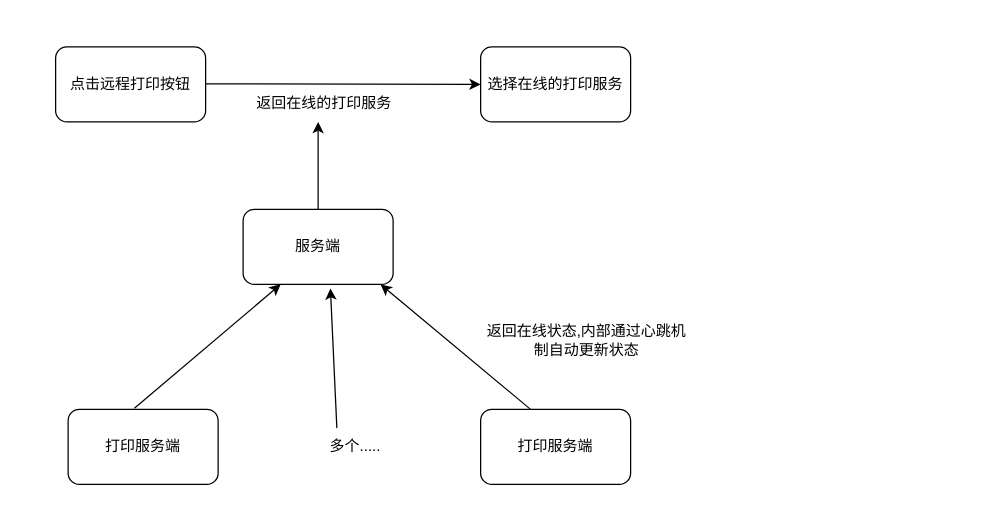
Above: test.dio in BINGWU2003/print-project-vue (draw.io), before the change. Source tidied: cells renumbered, new cells numbered last; positions are measured from the earlier drawing's top-left corner, leaving out a move shared by most shapes. Both pictures are drawn from the tidied source at 125%, with x=0, y=0 at pixel (55, 46).
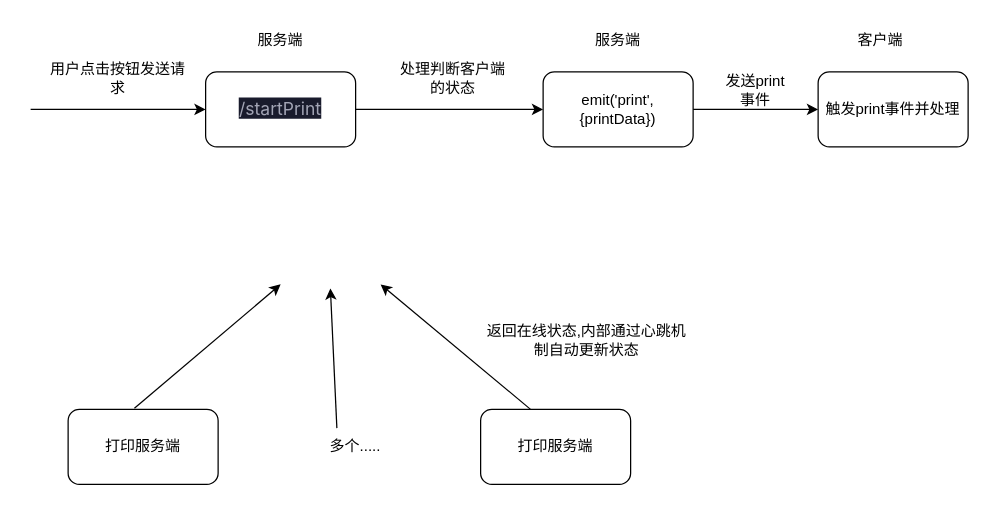
Above is the later version.

The change refers to these unchanged cells:
```xml
<mxCell id="10" value="多个....." style="text;html=1;strokeColor=none;fillColor=none;align=center;verticalAlign=middle;whiteSpace=wrap;rounded=0;" parent="1" vertex="1">
  <mxGeometry x="210" y="305" width="60" height="30" as="geometry" />
</mxCell>
```

Diff of the diagram source:
```diff
@@
-    <mxCell id="2" value="点击远程打印按钮" style="rounded=1;whiteSpace=wrap;html=1;" parent="1" vertex="1">
-      <mxGeometry width="120" height="60" as="geometry" />
-    </mxCell>
-    <mxCell id="3" style="endArrow=classic;html=1;" parent="1" edge="1">
-      <mxGeometry relative="1" as="geometry">
-        <mxPoint x="120" y="29.5" as="sourcePoint" />
-        <mxPoint x="340" y="30" as="targetPoint" />
-      </mxGeometry>
-    </mxCell>
-    <mxCell id="4" value="返回在线的打印服务" style="text;html=1;strokeColor=none;fillColor=none;align=center;verticalAlign=middle;whiteSpace=wrap;rounded=0;" parent="1" vertex="1">
-      <mxGeometry x="150" y="30" width="130" height="30" as="geometry" />
-    </mxCell>
-    <mxCell id="5" value="选择在线的打印服务" style="rounded=1;whiteSpace=wrap;html=1;" parent="1" vertex="1">
-      <mxGeometry x="340" width="120" height="60" as="geometry" />
-    </mxCell>
-    <mxCell id="6" style="endArrow=classic;html=1;" parent="1" edge="1">
-      <mxGeometry relative="1" as="geometry">
-        <mxPoint x="210" y="130" as="sourcePoint" />
-        <mxPoint x="210" y="60" as="targetPoint" />
-      </mxGeometry>
-    </mxCell>
-    <mxCell id="7" value="服务端" style="rounded=1;whiteSpace=wrap;html=1;" parent="1" vertex="1">
-      <mxGeometry x="150" y="130" width="120" height="60" as="geometry" />
-    </mxCell>
@@
-    <mxCell id="13" style="endArrow=classic;html=1;exitX=0.25;exitY=0;exitDx=0;exitDy=0;entryX=0.582;entryY=1.054;entryDx=0;entryDy=0;entryPerimeter=0;" parent="1" edge="1" source="10" target="7">
-      <mxGeometry relative="1" as="geometry" />
+    <mxCell id="13" style="endArrow=classic;html=1;exitX=0.25;exitY=0;exitDx=0;exitDy=0;entryX=0.582;entryY=1.054;entryDx=0;entryDy=0;entryPerimeter=0;" parent="1" edge="1" source="10">
+      <mxGeometry relative="1" as="geometry">
+        <mxPoint x="219.8" y="193.2" as="targetPoint" />
+      </mxGeometry>
     </mxCell>
@@
+    <mxCell id="15" style="endArrow=classic;html=1;" parent="1" edge="1">
+      <mxGeometry relative="1" as="geometry">
+        <mxPoint x="-20" y="50" as="sourcePoint" />
+        <mxPoint x="120" y="50" as="targetPoint" />
+      </mxGeometry>
+    </mxCell>
+    <mxCell id="16" value="用户点击按钮发送请求" style="text;html=1;strokeColor=none;fillColor=none;align=center;verticalAlign=middle;whiteSpace=wrap;rounded=0;" parent="1" vertex="1">
+      <mxGeometry x="-10" y="10" width="120" height="30" as="geometry" />
+    </mxCell>
+    <mxCell id="17" value="&lt;span style=&quot;color: rgb(163, 165, 181); font-family: -apple-system, BlinkMacSystemFont, &amp;quot;Segoe UI&amp;quot;, Roboto, &amp;quot;Helvetica Neue&amp;quot;, Arial, &amp;quot;Noto Sans&amp;quot;, sans-serif, &amp;quot;Apple Color Emoji&amp;quot;, &amp;quot;Segoe UI Emoji&amp;quot;; font-size: 14px; text-align: left; background-color: rgb(25, 27, 44);&quot;&gt;/startPrint&lt;/span&gt;" style="rounded=1;whiteSpace=wrap;html=1;" parent="1" vertex="1">
+      <mxGeometry x="120" y="20" width="120" height="60" as="geometry" />
+    </mxCell>
+    <mxCell id="18" value="服务端" style="text;html=1;strokeColor=none;fillColor=none;align=center;verticalAlign=middle;whiteSpace=wrap;rounded=0;" parent="1" vertex="1">
+      <mxGeometry x="150" y="-20" width="60" height="30" as="geometry" />
+    </mxCell>
+    <mxCell id="19" style="endArrow=classic;html=1;entryX=0;entryY=0.5;entryDx=0;entryDy=0;" parent="1" edge="1" target="20">
+      <mxGeometry relative="1" as="geometry">
+        <mxPoint x="240" y="50" as="sourcePoint" />
+      </mxGeometry>
+    </mxCell>
+    <mxCell id="20" value="emit('print', {printData})" style="rounded=1;whiteSpace=wrap;html=1;" parent="1" vertex="1">
+      <mxGeometry x="390" y="20" width="120" height="60" as="geometry" />
+    </mxCell>
+    <mxCell id="21" value="处理判断客户端的状态" style="text;html=1;strokeColor=none;fillColor=none;align=center;verticalAlign=middle;whiteSpace=wrap;rounded=0;" parent="1" vertex="1">
+      <mxGeometry x="270" y="10" width="96" height="30" as="geometry" />
+    </mxCell>
+    <mxCell id="22" value="服务端" style="text;html=1;strokeColor=none;fillColor=none;align=center;verticalAlign=middle;whiteSpace=wrap;rounded=0;" parent="1" vertex="1">
+      <mxGeometry x="420" y="-20" width="60" height="30" as="geometry" />
+    </mxCell>
+    <mxCell id="23" style="endArrow=classic;html=1;entryX=0;entryY=0.5;entryDx=0;entryDy=0;" parent="1" edge="1" target="24">
+      <mxGeometry relative="1" as="geometry">
+        <mxPoint x="510" y="50" as="sourcePoint" />
+      </mxGeometry>
+    </mxCell>
+    <mxCell id="24" value="触发print事件并处理" style="rounded=1;whiteSpace=wrap;html=1;" parent="1" vertex="1">
+      <mxGeometry x="610" y="20" width="120" height="60" as="geometry" />
+    </mxCell>
+    <mxCell id="25" value="发送print事件" style="text;html=1;strokeColor=none;fillColor=none;align=center;verticalAlign=middle;whiteSpace=wrap;rounded=0;" parent="1" vertex="1">
+      <mxGeometry x="530" y="20" width="60" height="30" as="geometry" />
+    </mxCell>
+    <mxCell id="26" value="客户端" style="text;html=1;strokeColor=none;fillColor=none;align=center;verticalAlign=middle;whiteSpace=wrap;rounded=0;" parent="1" vertex="1">
+      <mxGeometry x="630" y="-20" width="60" height="30" as="geometry" />
+    </mxCell>
```
